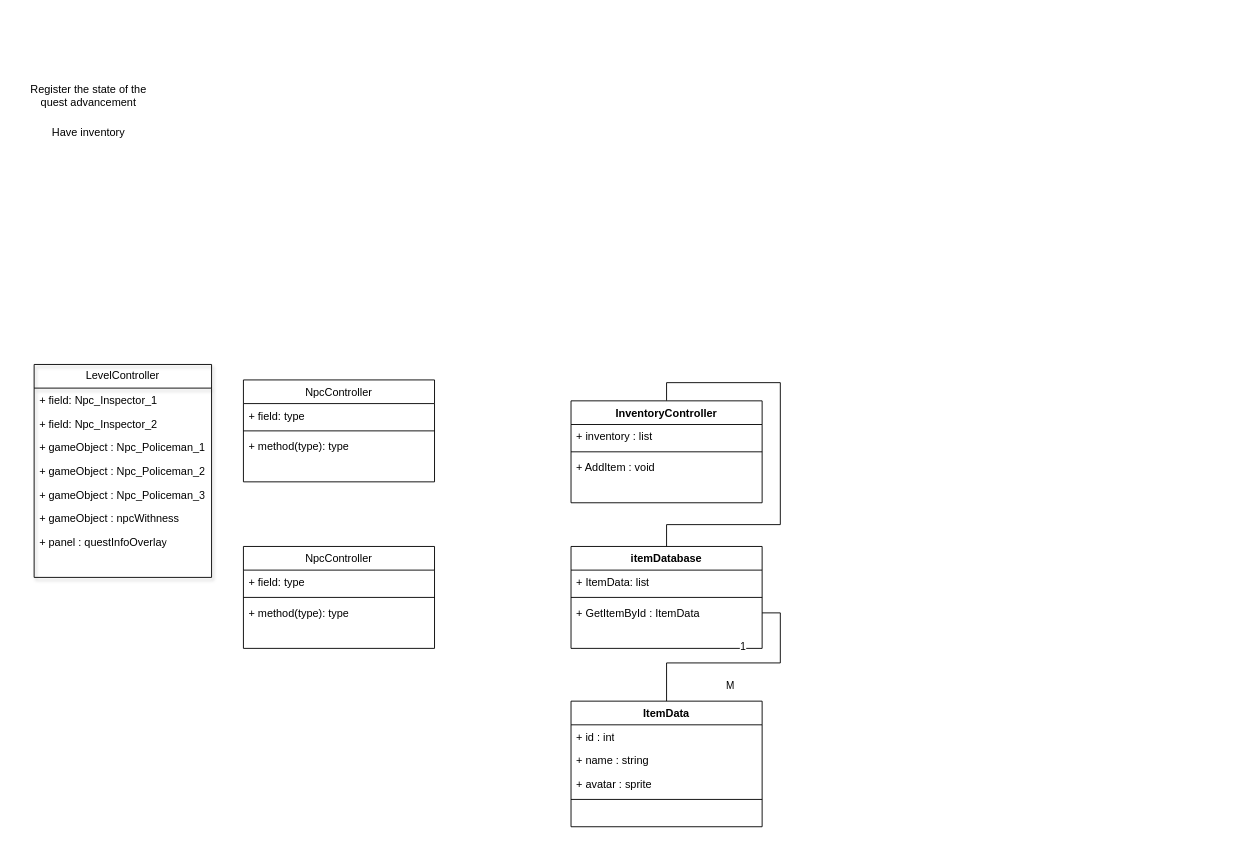
Earlier version of the draw.io diagram Assets/Charts/Model-modeling.drawio (Yusuf003007/FIFTH-CASE). Source tidied: cells renumbered, new cells numbered last; positions are measured from the earlier drawing's top-left corner, leaving out a move shared by most shapes. Both pictures are drawn from the tidied source at 91%, with x=0, y=0 at pixel (15, 82).
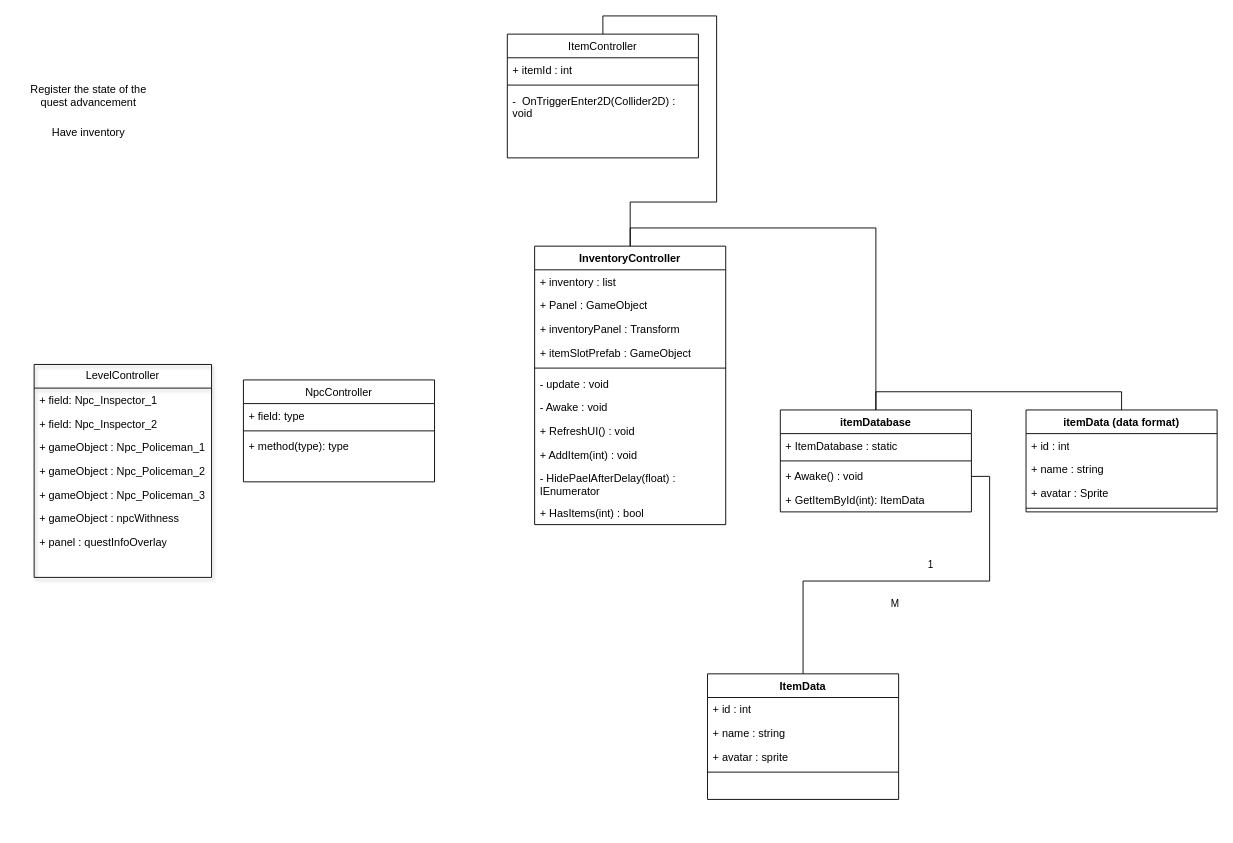
The same page after the edit.

The edit, as a diff of the source:
```diff
@@
+    <mxCell id="43" style="edgeStyle=orthogonalEdgeStyle;rounded=0;jettySize=auto;html=1;exitX=0.5;exitY=0;exitDx=0;exitDy=0;entryX=0.5;entryY=0;entryDx=0;entryDy=0;endArrow=none;startFill=0;" parent="1" edge="1" source="13" target="29">
+      <mxGeometry relative="1" as="geometry" />
+    </mxCell>
-    <mxCell id="13" value="&lt;span style=&quot;font-weight: 400;&quot;&gt;NpcController&lt;/span&gt;" style="swimlane;fontStyle=1;align=center;verticalAlign=top;horizontal=1;startSize=26;whiteSpace=wrap;html=1;" parent="1" vertex="1">
-      <mxGeometry x="250" y="510" width="210" height="112" as="geometry" />
+    <mxCell id="13" value="&lt;span style=&quot;font-weight: 400;&quot;&gt;ItemController&lt;/span&gt;" style="swimlane;fontStyle=1;align=center;verticalAlign=top;horizontal=1;startSize=26;whiteSpace=wrap;html=1;" parent="1" vertex="1">
+      <mxGeometry x="540" y="-53" width="210" height="136" as="geometry" />
     </mxCell>
-    <mxCell id="14" value="+ field: type" style="text;strokeColor=none;fillColor=none;align=left;verticalAlign=top;spacingLeft=4;spacingRight=4;overflow=hidden;whiteSpace=wrap;html=1;" parent="13" vertex="1">
+    <mxCell id="14" value="+ itemId : int" style="text;strokeColor=none;fillColor=none;align=left;verticalAlign=top;spacingLeft=4;spacingRight=4;overflow=hidden;whiteSpace=wrap;html=1;" parent="13" vertex="1">
       <mxGeometry y="26" width="210" height="26" as="geometry" />
     </mxCell>
@@
-    <mxCell id="16" value="+ method(type): type" style="text;strokeColor=none;fillColor=none;align=left;verticalAlign=top;spacingLeft=4;spacingRight=4;overflow=hidden;whiteSpace=wrap;html=1;" parent="13" vertex="1">
-      <mxGeometry y="60" width="210" height="26" as="geometry" />
+    <mxCell id="16" value="-&amp;nbsp;&amp;nbsp;OnTriggerEnter2D(Collider2D) : void" style="text;strokeColor=none;fillColor=none;align=left;verticalAlign=top;spacingLeft=4;spacingRight=4;overflow=hidden;whiteSpace=wrap;html=1;" parent="13" vertex="1">
+      <mxGeometry y="60" width="210" height="50" as="geometry" />
     </mxCell>
     <mxCell id="17" style="text;strokeColor=none;fillColor=none;align=left;verticalAlign=top;spacingLeft=4;spacingRight=4;overflow=hidden;whiteSpace=wrap;html=1;" parent="13" vertex="1">
-      <mxGeometry y="86" width="210" height="26" as="geometry" />
+      <mxGeometry y="110" width="210" height="26" as="geometry" />
     </mxCell>
@@
     <mxCell id="24" value="itemDatabase" style="swimlane;fontStyle=1;align=center;verticalAlign=top;horizontal=1;startSize=26;whiteSpace=wrap;html=1;" parent="1" vertex="1">
-      <mxGeometry x="610" y="510" width="210" height="112" as="geometry" />
+      <mxGeometry x="840" y="360" width="210" height="112" as="geometry" />
     </mxCell>
-    <mxCell id="25" value="+ ItemData: list" style="text;strokeColor=none;fillColor=none;align=left;verticalAlign=top;spacingLeft=4;spacingRight=4;overflow=hidden;whiteSpace=wrap;html=1;" parent="24" vertex="1">
+    <mxCell id="25" value="+ ItemDatabase : static" style="text;strokeColor=none;fillColor=none;align=left;verticalAlign=top;spacingLeft=4;spacingRight=4;overflow=hidden;whiteSpace=wrap;html=1;" parent="24" vertex="1">
       <mxGeometry y="26" width="210" height="26" as="geometry" />
     </mxCell>
@@
-    <mxCell id="27" value="+ GetItemById : ItemData" style="text;strokeColor=none;fillColor=none;align=left;verticalAlign=top;spacingLeft=4;spacingRight=4;overflow=hidden;points=[[0,0.5],[1,0.5]];portConstraint=eastwest;whiteSpace=wrap;html=1;" parent="24" vertex="1">
+    <mxCell id="27" value="+ Awake() : void" style="text;strokeColor=none;fillColor=none;align=left;verticalAlign=top;spacingLeft=4;spacingRight=4;overflow=hidden;points=[[0,0.5],[1,0.5]];portConstraint=eastwest;whiteSpace=wrap;html=1;" parent="24" vertex="1">
       <mxGeometry y="60" width="210" height="26" as="geometry" />
     </mxCell>
-    <mxCell id="28" style="text;strokeColor=none;fillColor=none;align=left;verticalAlign=top;spacingLeft=4;spacingRight=4;overflow=hidden;whiteSpace=wrap;html=1;" parent="24" vertex="1">
+    <mxCell id="28" value="+ GetItemById(int): ItemData" style="text;strokeColor=none;fillColor=none;align=left;verticalAlign=top;spacingLeft=4;spacingRight=4;overflow=hidden;whiteSpace=wrap;html=1;" parent="24" vertex="1">
       <mxGeometry y="86" width="210" height="26" as="geometry" />
     </mxCell>
     <mxCell id="29" value="InventoryController" style="swimlane;fontStyle=1;align=center;verticalAlign=top;horizontal=1;startSize=26;whiteSpace=wrap;html=1;" parent="1" vertex="1">
-      <mxGeometry x="610" y="350" width="210" height="112" as="geometry" />
+      <mxGeometry x="570" y="180" width="210" height="306" as="geometry" />
     </mxCell>
@@
+    <mxCell id="44" value="+ Panel : GameObject" style="text;strokeColor=none;fillColor=none;align=left;verticalAlign=top;spacingLeft=4;spacingRight=4;overflow=hidden;whiteSpace=wrap;html=1;" parent="29" vertex="1">
+      <mxGeometry y="52" width="210" height="26" as="geometry" />
+    </mxCell>
+    <mxCell id="45" value="+ inventoryPanel : Transform" style="text;strokeColor=none;fillColor=none;align=left;verticalAlign=top;spacingLeft=4;spacingRight=4;overflow=hidden;whiteSpace=wrap;html=1;" parent="29" vertex="1">
+      <mxGeometry y="78" width="210" height="26" as="geometry" />
+    </mxCell>
+    <mxCell id="46" value="+ itemSlotPrefab : GameObject" style="text;strokeColor=none;fillColor=none;align=left;verticalAlign=top;spacingLeft=4;spacingRight=4;overflow=hidden;whiteSpace=wrap;html=1;" parent="29" vertex="1">
+      <mxGeometry y="104" width="210" height="26" as="geometry" />
+    </mxCell>
     <mxCell id="31" style="line;strokeWidth=1;fillColor=none;align=left;verticalAlign=middle;spacingTop=-1;spacingLeft=3;spacingRight=3;labelPosition=right;strokeColor=inherit;" parent="29" vertex="1">
-      <mxGeometry y="52" width="210" height="8" as="geometry" />
+      <mxGeometry y="130" width="210" height="8" as="geometry" />
     </mxCell>
-    <mxCell id="32" value="+ AddItem : void" style="text;strokeColor=none;fillColor=none;align=left;verticalAlign=top;spacingLeft=4;spacingRight=4;overflow=hidden;whiteSpace=wrap;html=1;" parent="29" vertex="1">
-      <mxGeometry y="60" width="210" height="26" as="geometry" />
+    <mxCell id="32" value="- update : void" style="text;strokeColor=none;fillColor=none;align=left;verticalAlign=top;spacingLeft=4;spacingRight=4;overflow=hidden;whiteSpace=wrap;html=1;" parent="29" vertex="1">
+      <mxGeometry y="138" width="210" height="26" as="geometry" />
     </mxCell>
-    <mxCell id="33" style="text;strokeColor=none;fillColor=none;align=left;verticalAlign=top;spacingLeft=4;spacingRight=4;overflow=hidden;whiteSpace=wrap;html=1;" parent="29" vertex="1">
-      <mxGeometry y="86" width="210" height="26" as="geometry" />
+    <mxCell id="33" value="- Awake : void" style="text;strokeColor=none;fillColor=none;align=left;verticalAlign=top;spacingLeft=4;spacingRight=4;overflow=hidden;whiteSpace=wrap;html=1;" parent="29" vertex="1">
+      <mxGeometry y="164" width="210" height="26" as="geometry" />
     </mxCell>
+    <mxCell id="47" value="+ RefreshUI() : void" style="text;strokeColor=none;fillColor=none;align=left;verticalAlign=top;spacingLeft=4;spacingRight=4;overflow=hidden;whiteSpace=wrap;html=1;" parent="29" vertex="1">
+      <mxGeometry y="190" width="210" height="26" as="geometry" />
+    </mxCell>
+    <mxCell id="48" value="+ AddItem(int) : void" style="text;strokeColor=none;fillColor=none;align=left;verticalAlign=top;spacingLeft=4;spacingRight=4;overflow=hidden;whiteSpace=wrap;html=1;" parent="29" vertex="1">
+      <mxGeometry y="216" width="210" height="26" as="geometry" />
+    </mxCell>
+    <mxCell id="49" value="- HidePaelAfterDelay(float) : IEnumerator" style="text;strokeColor=none;fillColor=none;align=left;verticalAlign=top;spacingLeft=4;spacingRight=4;overflow=hidden;whiteSpace=wrap;html=1;" parent="29" vertex="1">
+      <mxGeometry y="242" width="210" height="38" as="geometry" />
+    </mxCell>
+    <mxCell id="50" value="+ HasItems(int) : bool" style="text;strokeColor=none;fillColor=none;align=left;verticalAlign=top;spacingLeft=4;spacingRight=4;overflow=hidden;whiteSpace=wrap;html=1;" parent="29" vertex="1">
+      <mxGeometry y="280" width="210" height="26" as="geometry" />
+    </mxCell>
@@
     <mxCell id="37" value="ItemData" style="swimlane;fontStyle=1;align=center;verticalAlign=top;horizontal=1;startSize=26;whiteSpace=wrap;html=1;" parent="1" vertex="1">
-      <mxGeometry x="610" y="680" width="210" height="138" as="geometry" />
+      <mxGeometry x="760" y="650" width="210" height="138" as="geometry" />
     </mxCell>
@@
+    <mxCell id="51" style="edgeStyle=orthogonalEdgeStyle;rounded=0;jettySize=auto;html=1;exitX=0.5;exitY=0;exitDx=0;exitDy=0;entryX=0.5;entryY=0;entryDx=0;entryDy=0;endArrow=none;startFill=0;" parent="1" edge="1" source="52" target="24">
+      <mxGeometry relative="1" as="geometry" />
+    </mxCell>
+    <mxCell id="52" value="itemData (data format)" style="swimlane;fontStyle=1;align=center;verticalAlign=top;horizontal=1;startSize=26;whiteSpace=wrap;html=1;" parent="1" vertex="1">
+      <mxGeometry x="1110" y="360" width="210" height="112" as="geometry" />
+    </mxCell>
+    <mxCell id="53" value="+ id : int" style="text;strokeColor=none;fillColor=none;align=left;verticalAlign=top;spacingLeft=4;spacingRight=4;overflow=hidden;whiteSpace=wrap;html=1;" parent="52" vertex="1">
+      <mxGeometry y="26" width="210" height="26" as="geometry" />
+    </mxCell>
+    <mxCell id="54" value="+ name : string" style="text;strokeColor=none;fillColor=none;align=left;verticalAlign=top;spacingLeft=4;spacingRight=4;overflow=hidden;whiteSpace=wrap;html=1;" parent="52" vertex="1">
+      <mxGeometry y="52" width="210" height="26" as="geometry" />
+    </mxCell>
+    <mxCell id="55" value="+ avatar : Sprite" style="text;strokeColor=none;fillColor=none;align=left;verticalAlign=top;spacingLeft=4;spacingRight=4;overflow=hidden;whiteSpace=wrap;html=1;" parent="52" vertex="1">
+      <mxGeometry y="78" width="210" height="26" as="geometry" />
+    </mxCell>
+    <mxCell id="56" style="line;strokeWidth=1;fillColor=none;align=left;verticalAlign=middle;spacingTop=-1;spacingLeft=3;spacingRight=3;labelPosition=right;strokeColor=inherit;" parent="52" vertex="1">
+      <mxGeometry y="104" width="210" height="8" as="geometry" />
+    </mxCell>
```
